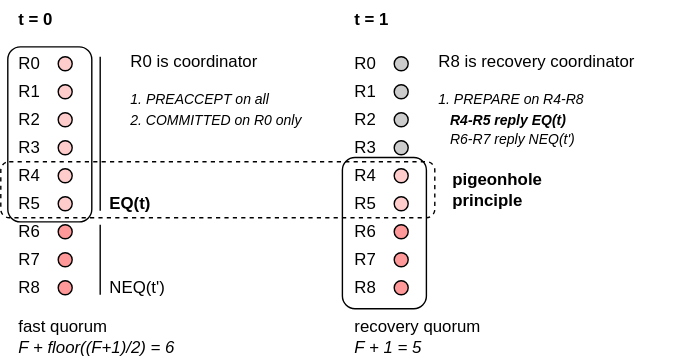
This is content/posts/epaxos-and-decentralized-conflict-resolution/images/epaxos-opt-case1-1.svg from Qwe1rty/qwe1rty.github.io, a draw.io export, as it was before one commit. Source tidied: cells renumbered, new cells last; positions are measured from the earlier drawing's top-left corner, leaving out a move shared by most shapes. Its diagram source:
```xml
<mxGraphModel>
  <root>
    <mxCell id="0" />
    <mxCell id="1" parent="0" />
    <mxCell id="2" style="rounded=1;whiteSpace=wrap;html=1;roundedPerimeter=1;fillColor=none;" parent="1" vertex="1">
      <mxGeometry x="244" y="112" width="60" height="108" as="geometry" />
    </mxCell>
    <mxCell id="3" style="rounded=1;whiteSpace=wrap;html=1;roundedPerimeter=1;fillColor=none;" parent="1" vertex="1">
      <mxGeometry x="5" y="33" width="60" height="125" as="geometry" />
    </mxCell>
    <mxCell id="4" style="rounded=1;whiteSpace=wrap;html=1;roundedPerimeter=1;fillColor=none;strokeWidth=1;dashed=1;" parent="1" vertex="1">
      <mxGeometry y="115" width="310" height="40" as="geometry" />
    </mxCell>
    <mxCell id="5" style="ellipse;whiteSpace=wrap;html=1;shapeInside=1;fillColor=#FFCCCC;" parent="1" vertex="1">
      <mxGeometry x="41" y="40" width="10" height="10" as="geometry" />
    </mxCell>
    <mxCell id="6" style="ellipse;whiteSpace=wrap;html=1;shapeInside=1;fillColor=#FFCCCC;" parent="1" vertex="1">
      <mxGeometry x="41" y="60" width="10" height="10" as="geometry" />
    </mxCell>
    <mxCell id="7" style="ellipse;whiteSpace=wrap;html=1;shapeInside=1;fillColor=#FFCCCC;" parent="1" vertex="1">
      <mxGeometry x="41" y="80" width="10" height="10" as="geometry" />
    </mxCell>
    <mxCell id="8" style="ellipse;whiteSpace=wrap;html=1;shapeInside=1;fillColor=#FFCCCC;" parent="1" vertex="1">
      <mxGeometry x="41" y="100" width="10" height="10" as="geometry" />
    </mxCell>
    <mxCell id="9" style="ellipse;whiteSpace=wrap;html=1;shapeInside=1;fillColor=#FFCCCC;" parent="1" vertex="1">
      <mxGeometry x="41" y="120" width="10" height="10" as="geometry" />
    </mxCell>
    <mxCell id="10" style="ellipse;whiteSpace=wrap;html=1;shapeInside=1;fillColor=#FFCCCC;" parent="1" vertex="1">
      <mxGeometry x="41" y="140" width="10" height="10" as="geometry" />
    </mxCell>
    <mxCell id="11" style="ellipse;whiteSpace=wrap;html=1;shapeInside=1;fillColor=#FF9999;" parent="1" vertex="1">
      <mxGeometry x="41" y="160" width="10" height="10" as="geometry" />
    </mxCell>
    <mxCell id="12" style="ellipse;whiteSpace=wrap;html=1;shapeInside=1;fillColor=#FF9999;" parent="1" vertex="1">
      <mxGeometry x="41" y="180" width="10" height="10" as="geometry" />
    </mxCell>
    <mxCell id="13" style="ellipse;whiteSpace=wrap;html=1;shapeInside=1;fillColor=#FF9999;" parent="1" vertex="1">
      <mxGeometry x="41" y="200" width="10" height="10" as="geometry" />
    </mxCell>
    <mxCell id="14" value="&lt;div&gt;&lt;font style=&quot;font-size: 10px;&quot;&gt;&lt;span style=&quot;font-size: 12px;&quot;&gt;R0 is coordinator&lt;/span&gt;&lt;/font&gt;&lt;/div&gt;&lt;font style=&quot;&quot;&gt;&lt;i style=&quot;&quot;&gt;&lt;font style=&quot;font-size: 10px;&quot;&gt;&lt;div&gt;&lt;font style=&quot;&quot;&gt;&lt;i style=&quot;&quot;&gt;&lt;font style=&quot;font-size: 10px;&quot;&gt;&lt;br&gt;&lt;/font&gt;&lt;/i&gt;&lt;/font&gt;&lt;/div&gt;1. &lt;/font&gt;&lt;span style=&quot;font-size: 10px;&quot;&gt;PREACCEPT&amp;nbsp;&lt;/span&gt;&lt;span style=&quot;font-size: 10px; background-color: transparent; color: light-dark(#000000, var(--ge-light-color, #ffffff));&quot;&gt;on all&lt;/span&gt;&lt;/i&gt;&lt;/font&gt;&lt;div&gt;&lt;div&gt;&lt;div&gt;&lt;font style=&quot;font-size: 10px;&quot;&gt;&lt;i&gt;2. COMMITTED&amp;nbsp;&lt;span style=&quot;background-color: transparent; color: light-dark(#000000, var(--ge-light-color, #ffffff));&quot;&gt;on R0 only&lt;/span&gt;&lt;/i&gt;&lt;/font&gt;&lt;/div&gt;&lt;div&gt;&lt;br&gt;&lt;/div&gt;&lt;/div&gt;&lt;/div&gt;" style="text;html=1;whiteSpace=wrap;strokeColor=none;fillColor=none;align=left;verticalAlign=top;rounded=0;" parent="1" vertex="1">
      <mxGeometry x="91" y="30" width="140" height="70" as="geometry" />
    </mxCell>
    <mxCell id="15" value="R0" style="text;html=1;whiteSpace=wrap;strokeColor=none;fillColor=none;align=left;verticalAlign=middle;rounded=0;" parent="1" vertex="1">
      <mxGeometry x="11" y="35" width="30" height="20" as="geometry" />
    </mxCell>
    <mxCell id="16" value="R1" style="text;html=1;whiteSpace=wrap;strokeColor=none;fillColor=none;align=left;verticalAlign=middle;rounded=0;" parent="1" vertex="1">
      <mxGeometry x="11" y="55" width="30" height="20" as="geometry" />
    </mxCell>
    <mxCell id="17" value="R8" style="text;html=1;whiteSpace=wrap;strokeColor=none;fillColor=none;align=left;verticalAlign=middle;rounded=0;" parent="1" vertex="1">
      <mxGeometry x="11" y="195" width="30" height="20" as="geometry" />
    </mxCell>
    <mxCell id="18" value="R2" style="text;html=1;whiteSpace=wrap;strokeColor=none;fillColor=none;align=left;verticalAlign=middle;rounded=0;" parent="1" vertex="1">
      <mxGeometry x="11" y="75" width="30" height="20" as="geometry" />
    </mxCell>
    <mxCell id="19" value="R3" style="text;html=1;whiteSpace=wrap;strokeColor=none;fillColor=none;align=left;verticalAlign=middle;rounded=0;" parent="1" vertex="1">
      <mxGeometry x="11" y="95" width="30" height="20" as="geometry" />
    </mxCell>
    <mxCell id="20" value="R4" style="text;html=1;whiteSpace=wrap;strokeColor=none;fillColor=none;align=left;verticalAlign=middle;rounded=0;" parent="1" vertex="1">
      <mxGeometry x="11" y="115" width="30" height="20" as="geometry" />
    </mxCell>
    <mxCell id="21" value="R5" style="text;html=1;whiteSpace=wrap;strokeColor=none;fillColor=none;align=left;verticalAlign=middle;rounded=0;" parent="1" vertex="1">
      <mxGeometry x="11" y="135" width="30" height="20" as="geometry" />
    </mxCell>
    <mxCell id="22" value="R6" style="text;html=1;whiteSpace=wrap;strokeColor=none;fillColor=none;align=left;verticalAlign=middle;rounded=0;" parent="1" vertex="1">
      <mxGeometry x="11" y="155" width="30" height="20" as="geometry" />
    </mxCell>
    <mxCell id="23" value="R7" style="text;html=1;whiteSpace=wrap;strokeColor=none;fillColor=none;align=left;verticalAlign=middle;rounded=0;" parent="1" vertex="1">
      <mxGeometry x="11" y="175" width="30" height="20" as="geometry" />
    </mxCell>
    <mxCell id="24" value="&lt;b&gt;t = 0&lt;/b&gt;" style="text;html=1;whiteSpace=wrap;strokeColor=none;fillColor=none;align=left;verticalAlign=top;rounded=0;" parent="1" vertex="1">
      <mxGeometry x="11" width="40" height="20" as="geometry" />
    </mxCell>
    <mxCell id="25" value="&lt;b&gt;t = 1&lt;/b&gt;" style="text;html=1;whiteSpace=wrap;strokeColor=none;fillColor=none;align=left;verticalAlign=top;rounded=0;" parent="1" vertex="1">
      <mxGeometry x="251" width="40" height="20" as="geometry" />
    </mxCell>
    <mxCell id="26" style="ellipse;whiteSpace=wrap;html=1;shapeInside=1;fillColor=#CCCCCC;" parent="1" vertex="1">
      <mxGeometry x="281" y="40" width="10" height="10" as="geometry" />
    </mxCell>
    <mxCell id="27" style="ellipse;whiteSpace=wrap;html=1;shapeInside=1;fillColor=#CCCCCC;" parent="1" vertex="1">
      <mxGeometry x="281" y="60" width="10" height="10" as="geometry" />
    </mxCell>
    <mxCell id="28" style="ellipse;whiteSpace=wrap;html=1;shapeInside=1;fillColor=#CCCCCC;" parent="1" vertex="1">
      <mxGeometry x="281" y="80" width="10" height="10" as="geometry" />
    </mxCell>
    <mxCell id="29" style="ellipse;whiteSpace=wrap;html=1;shapeInside=1;fillColor=#CCCCCC;" parent="1" vertex="1">
      <mxGeometry x="281" y="100" width="10" height="10" as="geometry" />
    </mxCell>
    <mxCell id="30" style="ellipse;whiteSpace=wrap;html=1;shapeInside=1;fillColor=#FFCCCC;" parent="1" vertex="1">
      <mxGeometry x="281" y="120" width="10" height="10" as="geometry" />
    </mxCell>
    <mxCell id="31" style="ellipse;whiteSpace=wrap;html=1;shapeInside=1;fillColor=#FFCCCC;" parent="1" vertex="1">
      <mxGeometry x="281" y="140" width="10" height="10" as="geometry" />
    </mxCell>
    <mxCell id="32" style="ellipse;whiteSpace=wrap;html=1;shapeInside=1;fillColor=#FF9999;" parent="1" vertex="1">
      <mxGeometry x="281" y="160" width="10" height="10" as="geometry" />
    </mxCell>
    <mxCell id="33" style="ellipse;whiteSpace=wrap;html=1;shapeInside=1;fillColor=#FF9999;" parent="1" vertex="1">
      <mxGeometry x="281" y="180" width="10" height="10" as="geometry" />
    </mxCell>
    <mxCell id="34" style="ellipse;whiteSpace=wrap;html=1;shapeInside=1;fillColor=#FF9999;" parent="1" vertex="1">
      <mxGeometry x="281" y="200" width="10" height="10" as="geometry" />
    </mxCell>
    <mxCell id="35" value="&lt;div&gt;&lt;font style=&quot;font-size: 10px;&quot;&gt;&lt;span style=&quot;font-size: 12px;&quot;&gt;R8 is recovery coordinator&lt;/span&gt;&lt;/font&gt;&lt;/div&gt;&lt;font style=&quot;font-size: 10px;&quot;&gt;&lt;i&gt;&lt;div&gt;&lt;font style=&quot;font-size: 10px;&quot;&gt;&lt;i&gt;&lt;br&gt;&lt;/i&gt;&lt;/font&gt;&lt;/div&gt;1. PREPARE&amp;nbsp;&lt;span style=&quot;background-color: transparent; color: light-dark(#000000, var(--ge-light-color, #ffffff));&quot;&gt;on R4-R8&lt;/span&gt;&lt;/i&gt;&lt;/font&gt;&lt;div&gt;&lt;div&gt;&lt;span style=&quot;font-size: 10px;&quot;&gt;&lt;i&gt;&amp;nbsp; &amp;nbsp;&lt;b&gt;R4-R5 reply EQ(t)&lt;/b&gt;&lt;/i&gt;&lt;/span&gt;&lt;/div&gt;&lt;div&gt;&lt;i style=&quot;font-size: 10px; background-color: transparent; color: light-dark(#000000, var(--ge-light-color, #ffffff));&quot;&gt;&amp;nbsp; &amp;nbsp;R6-R7 reply NEQ(t')&lt;/i&gt;&lt;i style=&quot;background-color: transparent; color: light-dark(#000000, var(--ge-light-color, #ffffff)); font-size: 10px;&quot;&gt;&amp;nbsp;&amp;nbsp;&lt;/i&gt;&lt;/div&gt;&lt;div&gt;&lt;br&gt;&lt;/div&gt;&lt;/div&gt;" style="text;html=1;whiteSpace=wrap;strokeColor=none;fillColor=none;align=left;verticalAlign=top;rounded=0;" parent="1" vertex="1">
      <mxGeometry x="311" y="30" width="170" height="40" as="geometry" />
    </mxCell>
    <mxCell id="36" value="R0" style="text;html=1;whiteSpace=wrap;strokeColor=none;fillColor=none;align=left;verticalAlign=middle;rounded=0;" parent="1" vertex="1">
      <mxGeometry x="251" y="35" width="30" height="20" as="geometry" />
    </mxCell>
    <mxCell id="37" value="R1" style="text;html=1;whiteSpace=wrap;strokeColor=none;fillColor=none;align=left;verticalAlign=middle;rounded=0;" parent="1" vertex="1">
      <mxGeometry x="251" y="55" width="30" height="20" as="geometry" />
    </mxCell>
    <mxCell id="38" value="R8" style="text;html=1;whiteSpace=wrap;strokeColor=none;fillColor=none;align=left;verticalAlign=middle;rounded=0;" parent="1" vertex="1">
      <mxGeometry x="251" y="195" width="30" height="20" as="geometry" />
    </mxCell>
    <mxCell id="39" value="R2" style="text;html=1;whiteSpace=wrap;strokeColor=none;fillColor=none;align=left;verticalAlign=middle;rounded=0;" parent="1" vertex="1">
      <mxGeometry x="251" y="75" width="30" height="20" as="geometry" />
    </mxCell>
    <mxCell id="40" value="R3" style="text;html=1;whiteSpace=wrap;strokeColor=none;fillColor=none;align=left;verticalAlign=middle;rounded=0;" parent="1" vertex="1">
      <mxGeometry x="251" y="95" width="30" height="20" as="geometry" />
    </mxCell>
    <mxCell id="41" value="R4" style="text;html=1;whiteSpace=wrap;strokeColor=none;fillColor=none;align=left;verticalAlign=middle;rounded=0;" parent="1" vertex="1">
      <mxGeometry x="251" y="115" width="30" height="20" as="geometry" />
    </mxCell>
    <mxCell id="42" value="R5" style="text;html=1;whiteSpace=wrap;strokeColor=none;fillColor=none;align=left;verticalAlign=middle;rounded=0;" parent="1" vertex="1">
      <mxGeometry x="251" y="135" width="30" height="20" as="geometry" />
    </mxCell>
    <mxCell id="43" value="R6" style="text;html=1;whiteSpace=wrap;strokeColor=none;fillColor=none;align=left;verticalAlign=middle;rounded=0;" parent="1" vertex="1">
      <mxGeometry x="251" y="155" width="30" height="20" as="geometry" />
    </mxCell>
    <mxCell id="44" value="R7" style="text;html=1;whiteSpace=wrap;strokeColor=none;fillColor=none;align=left;verticalAlign=middle;rounded=0;" parent="1" vertex="1">
      <mxGeometry x="251" y="175" width="30" height="20" as="geometry" />
    </mxCell>
    <mxCell id="45" style="endArrow=none;html=1;rounded=0;defaultLabelBackgroundColor=page;labelPadding=0 4;" parent="1" edge="1">
      <mxGeometry relative="1" as="geometry">
        <mxPoint x="71" y="40" as="sourcePoint" />
        <mxPoint x="71" y="150" as="targetPoint" />
      </mxGeometry>
    </mxCell>
    <mxCell id="46" value="EQ(t)" style="text;html=1;whiteSpace=wrap;strokeColor=none;fillColor=none;align=left;verticalAlign=middle;rounded=0;fontStyle=1;" parent="1" vertex="1">
      <mxGeometry x="76" y="135" width="30" height="20" as="geometry" />
    </mxCell>
    <mxCell id="47" style="endArrow=none;html=1;rounded=0;defaultLabelBackgroundColor=page;labelPadding=0 4;" parent="1" edge="1">
      <mxGeometry relative="1" as="geometry">
        <mxPoint x="71" y="160" as="sourcePoint" />
        <mxPoint x="71" y="210" as="targetPoint" />
      </mxGeometry>
    </mxCell>
    <mxCell id="48" value="NEQ(t')" style="text;html=1;whiteSpace=wrap;strokeColor=none;fillColor=none;align=left;verticalAlign=middle;rounded=0;" parent="1" vertex="1">
      <mxGeometry x="76" y="195" width="30" height="20" as="geometry" />
    </mxCell>
    <mxCell id="49" value="&lt;div&gt;fast quorum&amp;nbsp;&lt;/div&gt;&lt;i&gt;F + floor((F+1)/2) = 6&lt;/i&gt;" style="text;html=1;whiteSpace=wrap;strokeColor=none;fillColor=none;align=left;verticalAlign=middle;rounded=0;" parent="1" vertex="1">
      <mxGeometry x="11" y="230" width="140" height="20" as="geometry" />
    </mxCell>
    <mxCell id="50" value="&lt;div&gt;recovery quorum&amp;nbsp;&lt;/div&gt;&lt;i&gt;F + 1 = 5&lt;/i&gt;" style="text;html=1;whiteSpace=wrap;strokeColor=none;fillColor=none;align=left;verticalAlign=middle;rounded=0;" parent="1" vertex="1">
      <mxGeometry x="251" y="230" width="140" height="20" as="geometry" />
    </mxCell>
    <mxCell id="51" value="&lt;b&gt;pigeonhole principle&lt;/b&gt;" style="text;html=1;whiteSpace=wrap;strokeColor=none;fillColor=none;align=left;verticalAlign=middle;rounded=0;" parent="1" vertex="1">
      <mxGeometry x="321" y="125" width="30" height="20" as="geometry" />
    </mxCell>
  </root>
</mxGraphModel>
```
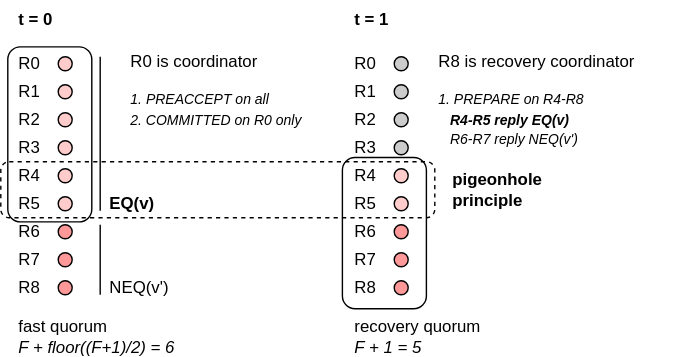
After the change.

The edit, as a diff of the source:
```diff
@@ -101,7 +101,7 @@
     <mxCell id="34" style="ellipse;whiteSpace=wrap;html=1;shapeInside=1;fillColor=#FF9999;" parent="1" vertex="1">
       <mxGeometry x="281" y="200" width="10" height="10" as="geometry" />
     </mxCell>
-    <mxCell id="35" value="&lt;div&gt;&lt;font style=&quot;font-size: 10px;&quot;&gt;&lt;span style=&quot;font-size: 12px;&quot;&gt;R8 is recovery coordinator&lt;/span&gt;&lt;/font&gt;&lt;/div&gt;&lt;font style=&quot;font-size: 10px;&quot;&gt;&lt;i&gt;&lt;div&gt;&lt;font style=&quot;font-size: 10px;&quot;&gt;&lt;i&gt;&lt;br&gt;&lt;/i&gt;&lt;/font&gt;&lt;/div&gt;1. PREPARE&amp;nbsp;&lt;span style=&quot;background-color: transparent; color: light-dark(#000000, var(--ge-light-color, #ffffff));&quot;&gt;on R4-R8&lt;/span&gt;&lt;/i&gt;&lt;/font&gt;&lt;div&gt;&lt;div&gt;&lt;span style=&quot;font-size: 10px;&quot;&gt;&lt;i&gt;&amp;nbsp; &amp;nbsp;&lt;b&gt;R4-R5 reply EQ(t)&lt;/b&gt;&lt;/i&gt;&lt;/span&gt;&lt;/div&gt;&lt;div&gt;&lt;i style=&quot;font-size: 10px; background-color: transparent; color: light-dark(#000000, var(--ge-light-color, #ffffff));&quot;&gt;&amp;nbsp; &amp;nbsp;R6-R7 reply NEQ(t')&lt;/i&gt;&lt;i style=&quot;background-color: transparent; color: light-dark(#000000, var(--ge-light-color, #ffffff)); font-size: 10px;&quot;&gt;&amp;nbsp;&amp;nbsp;&lt;/i&gt;&lt;/div&gt;&lt;div&gt;&lt;br&gt;&lt;/div&gt;&lt;/div&gt;" style="text;html=1;whiteSpace=wrap;strokeColor=none;fillColor=none;align=left;verticalAlign=top;rounded=0;" parent="1" vertex="1">
+    <mxCell id="35" value="&lt;div&gt;&lt;font style=&quot;font-size: 10px;&quot;&gt;&lt;span style=&quot;font-size: 12px;&quot;&gt;R8 is recovery coordinator&lt;/span&gt;&lt;/font&gt;&lt;/div&gt;&lt;font style=&quot;font-size: 10px;&quot;&gt;&lt;i&gt;&lt;div&gt;&lt;font style=&quot;font-size: 10px;&quot;&gt;&lt;i&gt;&lt;br&gt;&lt;/i&gt;&lt;/font&gt;&lt;/div&gt;1. PREPARE&amp;nbsp;&lt;span style=&quot;background-color: transparent; color: light-dark(#000000, var(--ge-light-color, #ffffff));&quot;&gt;on R4-R8&lt;/span&gt;&lt;/i&gt;&lt;/font&gt;&lt;div&gt;&lt;div&gt;&lt;span style=&quot;font-size: 10px;&quot;&gt;&lt;i&gt;&amp;nbsp; &amp;nbsp;&lt;b&gt;R4-R5 reply EQ(v)&lt;/b&gt;&lt;/i&gt;&lt;/span&gt;&lt;/div&gt;&lt;div&gt;&lt;i style=&quot;font-size: 10px; background-color: transparent; color: light-dark(#000000, var(--ge-light-color, #ffffff));&quot;&gt;&amp;nbsp; &amp;nbsp;R6-R7 reply NEQ(v')&lt;/i&gt;&lt;i style=&quot;background-color: transparent; color: light-dark(#000000, var(--ge-light-color, #ffffff)); font-size: 10px;&quot;&gt;&amp;nbsp;&amp;nbsp;&lt;/i&gt;&lt;/div&gt;&lt;div&gt;&lt;br&gt;&lt;/div&gt;&lt;/div&gt;" style="text;html=1;whiteSpace=wrap;strokeColor=none;fillColor=none;align=left;verticalAlign=top;rounded=0;" parent="1" vertex="1">
       <mxGeometry x="311" y="30" width="170" height="40" as="geometry" />
     </mxCell>
     <mxCell id="36" value="R0" style="text;html=1;whiteSpace=wrap;strokeColor=none;fillColor=none;align=left;verticalAlign=middle;rounded=0;" parent="1" vertex="1">
@@ -137,7 +137,7 @@
         <mxPoint x="71" y="150" as="targetPoint" />
       </mxGeometry>
     </mxCell>
-    <mxCell id="46" value="EQ(t)" style="text;html=1;whiteSpace=wrap;strokeColor=none;fillColor=none;align=left;verticalAlign=middle;rounded=0;fontStyle=1;" parent="1" vertex="1">
+    <mxCell id="46" value="EQ(v)" style="text;html=1;whiteSpace=wrap;strokeColor=none;fillColor=none;align=left;verticalAlign=middle;rounded=0;fontStyle=1;" parent="1" vertex="1">
       <mxGeometry x="76" y="135" width="30" height="20" as="geometry" />
     </mxCell>
     <mxCell id="47" style="endArrow=none;html=1;rounded=0;defaultLabelBackgroundColor=page;labelPadding=0 4;" parent="1" edge="1">
@@ -146,7 +146,7 @@
         <mxPoint x="71" y="210" as="targetPoint" />
       </mxGeometry>
     </mxCell>
-    <mxCell id="48" value="NEQ(t')" style="text;html=1;whiteSpace=wrap;strokeColor=none;fillColor=none;align=left;verticalAlign=middle;rounded=0;" parent="1" vertex="1">
+    <mxCell id="48" value="NEQ(v')" style="text;html=1;whiteSpace=wrap;strokeColor=none;fillColor=none;align=left;verticalAlign=middle;rounded=0;" parent="1" vertex="1">
       <mxGeometry x="76" y="195" width="30" height="20" as="geometry" />
     </mxCell>
     <mxCell id="49" value="&lt;div&gt;fast quorum&amp;nbsp;&lt;/div&gt;&lt;i&gt;F + floor((F+1)/2) = 6&lt;/i&gt;" style="text;html=1;whiteSpace=wrap;strokeColor=none;fillColor=none;align=left;verticalAlign=middle;rounded=0;" parent="1" vertex="1">
```
